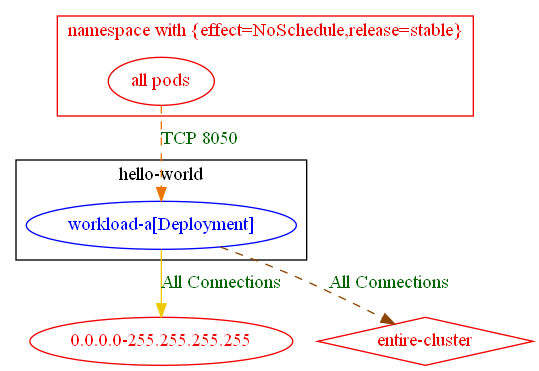
np-guard/netpol-analyzer keeps this Graphviz diagram as test_outputs/connlist/exposure_to_namespace_with_multiple_labels_test_exposure_output.dot.png. Above is the earlier version. Its source is kept beside it as test_outputs/connlist/exposure_to_namespace_with_multiple_labels_test_exposure_output.dot.
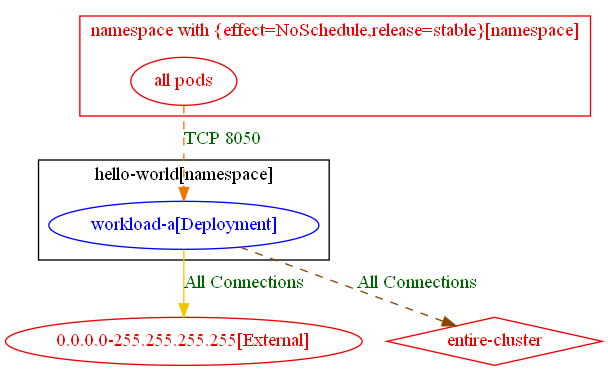
After the change.

What changed in the source:
```diff
@@ -1,19 +1,19 @@
 digraph {
-	subgraph "cluster_hello_world" {
+	subgraph "cluster_hello_world[namespace]" {
 		color="black"
 		fontcolor="black"
 		"hello-world/workload-a[Deployment]" [label="workload-a[Deployment]" color="blue" fontcolor="blue"]
-		label="hello-world"
+		label="hello-world[namespace]"
 	}
-	subgraph "cluster_namespace with {effect=NoSchedule,release=stable}" {
+	subgraph "cluster_namespace with {effect=NoSchedule,release=stable}[namespace]" {
 		color="red2"
 		fontcolor="red2"
 		"all pods_in_namespace with {effect=NoSchedule,release=stable}" [label="all pods" color="red2" fontcolor="red2"]
-		label="namespace with {effect=NoSchedule,release=stable}"
+		label="namespace with {effect=NoSchedule,release=stable}[namespace]"
 	}
-	"0.0.0.0-255.255.255.255" [label="0.0.0.0-255.255.255.255" color="red2" fontcolor="red2"]
+	"0.0.0.0-255.255.255.255[External]" [label="0.0.0.0-255.255.255.255[External]" color="red2" fontcolor="red2"]
 	"entire-cluster" [label="entire-cluster" color="red2" fontcolor="red2" shape=diamond]
 	"all pods_in_namespace with {effect=NoSchedule,release=stable}" -> "hello-world/workload-a[Deployment]" [label="TCP 8050" color="darkorange2" fontcolor="darkgreen" weight=1 style=dashed]
-	"hello-world/workload-a[Deployment]" -> "0.0.0.0-255.255.255.255" [label="All Connections" color="gold2" fontcolor="darkgreen" weight=1]
+	"hello-world/workload-a[Deployment]" -> "0.0.0.0-255.255.255.255[External]" [label="All Connections" color="gold2" fontcolor="darkgreen" weight=1]
 	"hello-world/workload-a[Deployment]" -> "entire-cluster" [label="All Connections" color="darkorange4" fontcolor="darkgreen" weight=0.5 style=dashed]
 }
```
